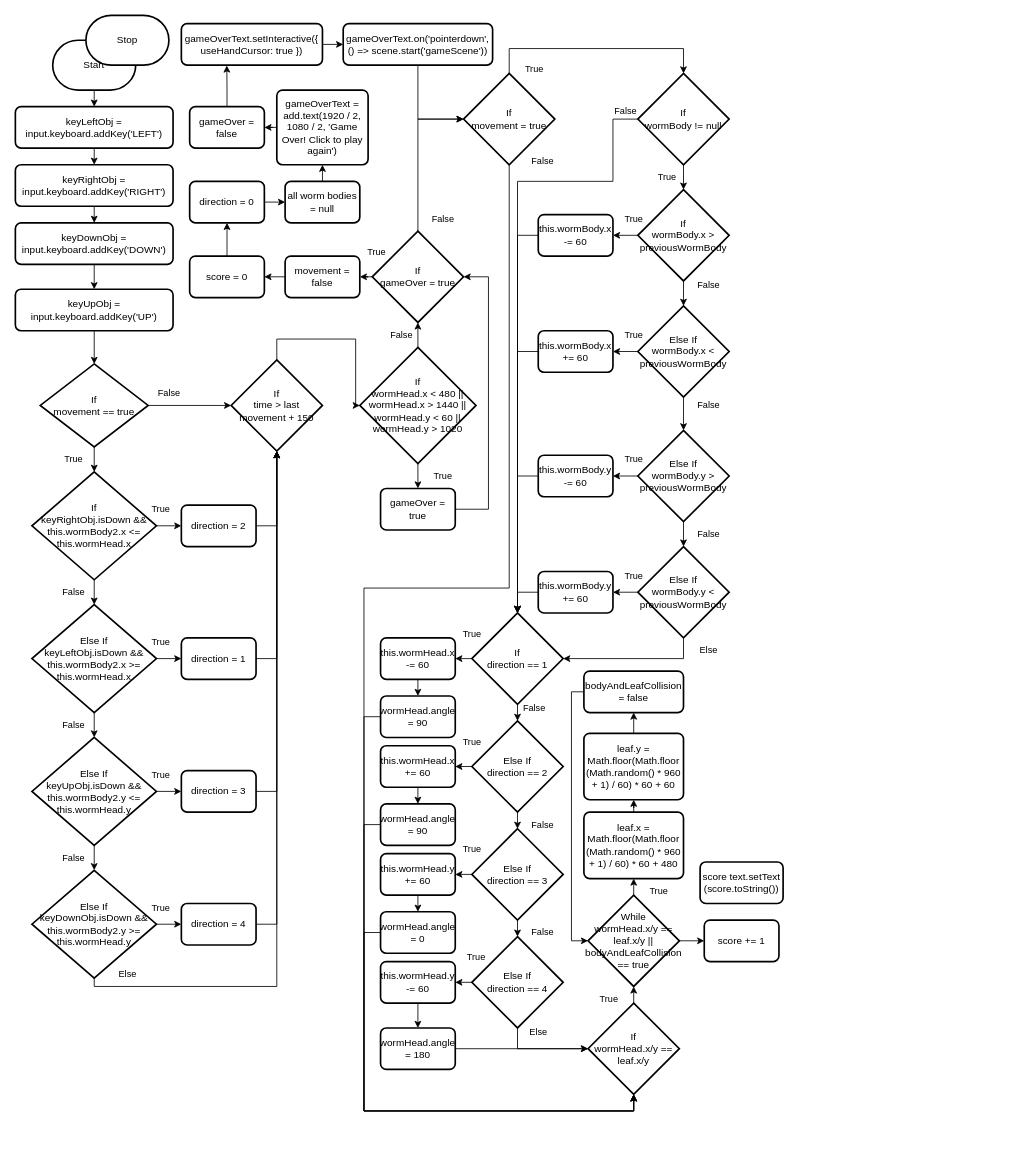
Earlier version of the draw.io diagram design/flowchart.drawio (Aimar-Fernandez/ICD2O-Final-Project-aimar.fernandez1). Source tidied: cells renumbered, new cells numbered last; positions are measured from the earlier drawing's top-left corner, leaving out a move shared by most shapes. Both pictures are drawn from the tidied source at 83%, with x=0, y=0 at pixel (15, 15).
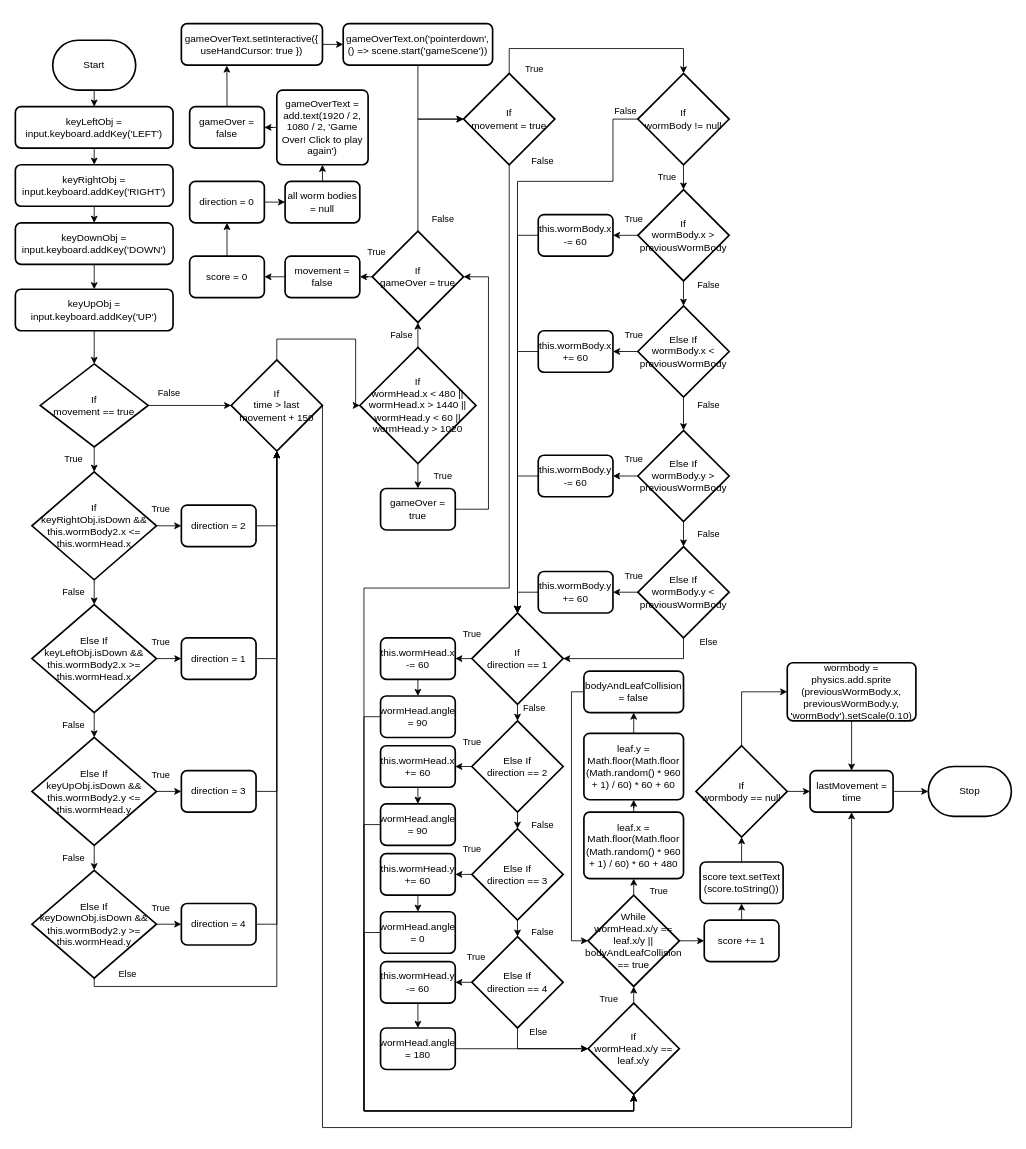
Above is the later version.

The change refers to these unchanged cells:
```xml
<mxCell id="30" value="If&lt;div&gt;time &amp;gt; last movement + 150&lt;/div&gt;" style="strokeWidth=2;html=1;shape=mxgraph.flowchart.decision;whiteSpace=wrap;" parent="1" vertex="1">
  <mxGeometry x="260" y="415" width="110" height="110" as="geometry" />
</mxCell>
<mxCell id="163" value="score += 1" style="rounded=1;whiteSpace=wrap;html=1;absoluteArcSize=1;arcSize=14;strokeWidth=2;" parent="1" vertex="1">
  <mxGeometry x="830" y="1090" width="90" height="50" as="geometry" />
</mxCell>
<mxCell id="164" value="score text.setText (score.toString())" style="rounded=1;whiteSpace=wrap;html=1;absoluteArcSize=1;arcSize=14;strokeWidth=2;" parent="1" vertex="1">
  <mxGeometry x="825" y="1020" width="100" height="50" as="geometry" />
</mxCell>
```

What changed in the source:
```diff
@@
     <mxCell id="4" value="Stop" style="strokeWidth=2;html=1;shape=mxgraph.flowchart.terminator;whiteSpace=wrap;" parent="1" vertex="1">
-      <mxGeometry x="85" width="100" height="60" as="geometry" />
+      <mxGeometry x="1100" y="905" width="100" height="60" as="geometry" />
     </mxCell>
@@
+    <mxCell id="165" style="edgeStyle=orthogonalEdgeStyle;html=1;entryX=0.5;entryY=1;entryDx=0;entryDy=0;rounded=0;curved=0;exitX=1;exitY=0.5;exitDx=0;exitDy=0;exitPerimeter=0;" parent="1" edge="1" source="30" target="173">
+      <mxGeometry relative="1" as="geometry">
+        <Array as="points">
+          <mxPoint x="370" y="1340" />
+          <mxPoint x="1008" y="1340" />
+        </Array>
+      </mxGeometry>
+    </mxCell>
@@
     <mxCell id="113" value="Else" style="text;html=1;align=center;verticalAlign=middle;strokeColor=none;fillColor=none;fontFamily=Helvetica;fontSize=11;fontColor=default;labelBackgroundColor=default;" parent="1" vertex="1">
-      <mxGeometry x="815" y="750" width="40" height="30" as="geometry" />
+      <mxGeometry x="815" y="740" width="40" height="30" as="geometry" />
     </mxCell>
@@
+    <mxCell id="166" style="edgeStyle=none;html=1;entryX=0.5;entryY=1;entryDx=0;entryDy=0;" parent="1" edge="1" source="163" target="164">
+      <mxGeometry relative="1" as="geometry" />
+    </mxCell>
@@
+    <mxCell id="167" style="edgeStyle=none;html=1;entryX=0;entryY=0.5;entryDx=0;entryDy=0;" parent="1" edge="1" source="169" target="173">
+      <mxGeometry relative="1" as="geometry" />
+    </mxCell>
+    <mxCell id="168" style="edgeStyle=orthogonalEdgeStyle;html=1;entryX=0;entryY=0.5;entryDx=0;entryDy=0;rounded=0;curved=0;" parent="1" edge="1" source="169" target="171">
+      <mxGeometry relative="1" as="geometry" />
+    </mxCell>
+    <mxCell id="169" value="If&lt;div&gt;wormbody == null&lt;/div&gt;" style="strokeWidth=2;html=1;shape=mxgraph.flowchart.decision;whiteSpace=wrap;" parent="1" vertex="1">
+      <mxGeometry x="820" y="880" width="110" height="110" as="geometry" />
+    </mxCell>
+    <mxCell id="170" style="edgeStyle=none;html=1;entryX=0.5;entryY=0;entryDx=0;entryDy=0;" parent="1" edge="1" source="171" target="173">
+      <mxGeometry relative="1" as="geometry" />
+    </mxCell>
+    <mxCell id="171" value="wormbody = physics.add.sprite (previousWormBody.x, previousWormBody.y, 'wormBody').setScale(0.10)" style="rounded=1;whiteSpace=wrap;html=1;absoluteArcSize=1;arcSize=14;strokeWidth=2;" parent="1" vertex="1">
+      <mxGeometry x="930" y="780" width="155" height="70" as="geometry" />
+    </mxCell>
+    <mxCell id="172" style="edgeStyle=none;html=1;entryX=0.5;entryY=1;entryDx=0;entryDy=0;entryPerimeter=0;" parent="1" edge="1" source="164" target="169">
+      <mxGeometry relative="1" as="geometry" />
+    </mxCell>
+    <mxCell id="173" value="lastMovement = time" style="rounded=1;whiteSpace=wrap;html=1;absoluteArcSize=1;arcSize=14;strokeWidth=2;" parent="1" vertex="1">
+      <mxGeometry x="957.5" y="910" width="100" height="50" as="geometry" />
+    </mxCell>
+    <mxCell id="174" style="edgeStyle=none;html=1;entryX=0;entryY=0.5;entryDx=0;entryDy=0;entryPerimeter=0;" parent="1" edge="1" source="173" target="4">
+      <mxGeometry relative="1" as="geometry" />
+    </mxCell>
```
